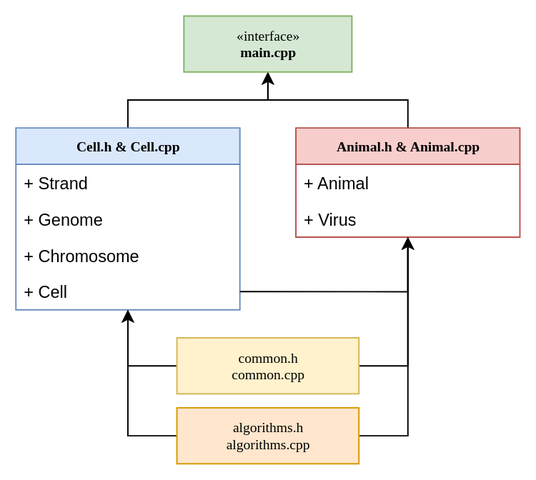
Above: schema/programs.drawio.svg in k-forghani/class-of-life (draw.io), before the change. Source tidied: cells renumbered, new cells last; positions are measured from the earlier drawing's top-left corner, leaving out a move shared by most shapes.
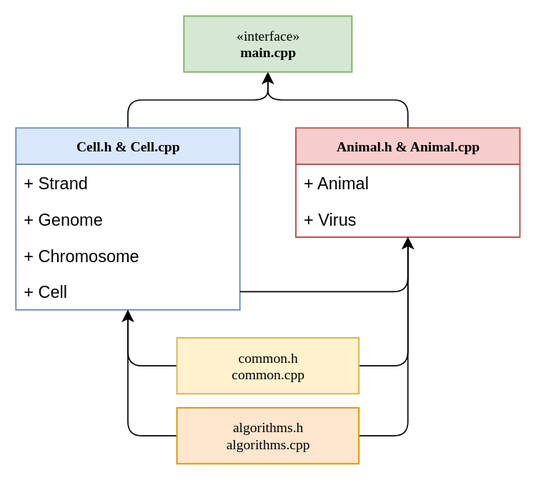
The same file after the commit.

Commit message:
Edited programs schema

Change to the diagram source:
```diff
@@ -2,10 +2,10 @@
   <root>
     <mxCell id="0" />
     <mxCell id="1" parent="0" />
-    <mxCell id="2" style="edgeStyle=orthogonalEdgeStyle;rounded=0;jettySize=auto;html=1;entryX=0.5;entryY=1;entryDx=0;entryDy=0;exitX=0.5;exitY=0;exitDx=0;exitDy=0;jumpStyle=none;" parent="1" edge="1" source="5" target="4">
+    <mxCell id="2" style="edgeStyle=orthogonalEdgeStyle;jettySize=auto;html=1;entryX=0.5;entryY=1;entryDx=0;entryDy=0;exitX=0.5;exitY=0;exitDx=0;exitDy=0;jumpStyle=none;strokeWidth=0.85;rounded=1;" parent="1" edge="1" source="5" target="4">
       <mxGeometry relative="1" as="geometry" />
     </mxCell>
-    <mxCell id="3" style="edgeStyle=orthogonalEdgeStyle;rounded=0;jettySize=auto;html=1;entryX=0.5;entryY=1;entryDx=0;entryDy=0;exitX=0.5;exitY=0;exitDx=0;exitDy=0;jumpStyle=none;" parent="1" edge="1" source="10" target="4">
+    <mxCell id="3" style="edgeStyle=orthogonalEdgeStyle;jettySize=auto;html=1;entryX=0.5;entryY=1;entryDx=0;entryDy=0;exitX=0.5;exitY=0;exitDx=0;exitDy=0;jumpStyle=none;strokeWidth=0.85;rounded=1;" parent="1" edge="1" source="10" target="4">
       <mxGeometry x="-0.29" relative="1" as="geometry" />
     </mxCell>
     <mxCell id="4" value="«interface»&lt;br&gt;&lt;b&gt;main.cpp&lt;/b&gt;" style="html=1;rounded=0;shadow=0;comic=0;labelBackgroundColor=none;strokeWidth=1;fontFamily=Verdana;fontSize=10;align=center;fillColor=#d5e8d4;strokeColor=#82b366;" parent="1" vertex="1">
@@ -35,22 +35,22 @@
     <mxCell id="12" value="+ Virus" style="text;html=1;strokeColor=none;fillColor=none;align=left;verticalAlign=top;spacingLeft=4;spacingRight=4;whiteSpace=wrap;overflow=hidden;" parent="10" vertex="1">
       <mxGeometry y="52" width="160" height="26" as="geometry" />
     </mxCell>
-    <mxCell id="13" style="edgeStyle=orthogonalEdgeStyle;rounded=0;jettySize=auto;html=1;entryX=0.5;entryY=1;entryDx=0;entryDy=0;exitX=0;exitY=0.5;exitDx=0;exitDy=0;jumpStyle=none;" parent="1" edge="1" source="15" target="5">
+    <mxCell id="13" style="edgeStyle=orthogonalEdgeStyle;jettySize=auto;html=1;entryX=0.5;entryY=1;entryDx=0;entryDy=0;exitX=0;exitY=0.5;exitDx=0;exitDy=0;jumpStyle=none;strokeWidth=0.85;rounded=1;" parent="1" edge="1" source="15" target="5">
       <mxGeometry x="0.53" relative="1" as="geometry" />
     </mxCell>
-    <mxCell id="14" style="edgeStyle=orthogonalEdgeStyle;rounded=0;jettySize=auto;html=1;entryX=0.5;entryY=1;entryDx=0;entryDy=0;exitX=1;exitY=0.5;exitDx=0;exitDy=0;jumpStyle=none;" parent="1" edge="1" source="15" target="10">
+    <mxCell id="14" style="edgeStyle=orthogonalEdgeStyle;jettySize=auto;html=1;entryX=0.5;entryY=1;entryDx=0;entryDy=0;exitX=1;exitY=0.5;exitDx=0;exitDy=0;jumpStyle=none;strokeWidth=0.85;rounded=1;" parent="1" edge="1" source="15" target="10">
       <mxGeometry relative="1" as="geometry" />
     </mxCell>
     <mxCell id="15" value="&lt;span style=&quot;font-weight: normal;&quot;&gt;common.h&lt;br&gt;common.cpp&lt;/span&gt;" style="html=1;rounded=0;shadow=0;comic=0;labelBackgroundColor=none;strokeWidth=1;fontFamily=Verdana;fontSize=10;align=center;fillColor=#fff2cc;strokeColor=#d6b656;fontStyle=1;" parent="1" vertex="1">
       <mxGeometry x="115" y="230" width="130" height="40" as="geometry" />
     </mxCell>
-    <mxCell id="16" style="edgeStyle=orthogonalEdgeStyle;rounded=0;jettySize=auto;html=1;exitX=1;exitY=0.5;exitDx=0;exitDy=0;entryX=0.5;entryY=1;entryDx=0;entryDy=0;jumpStyle=none;" parent="1" edge="1" source="9" target="10">
+    <mxCell id="16" style="edgeStyle=orthogonalEdgeStyle;jettySize=auto;html=1;exitX=1;exitY=0.5;exitDx=0;exitDy=0;entryX=0.5;entryY=1;entryDx=0;entryDy=0;jumpStyle=none;strokeWidth=0.85;rounded=1;" parent="1" edge="1" source="9" target="10">
       <mxGeometry relative="1" as="geometry" />
     </mxCell>
-    <mxCell id="17" style="edgeStyle=orthogonalEdgeStyle;rounded=0;jettySize=auto;html=1;entryX=0.5;entryY=1;entryDx=0;entryDy=0;exitX=0;exitY=0.5;exitDx=0;exitDy=0;jumpStyle=none;" parent="1" edge="1" source="19" target="5">
+    <mxCell id="17" style="edgeStyle=orthogonalEdgeStyle;jettySize=auto;html=1;entryX=0.5;entryY=1;entryDx=0;entryDy=0;exitX=0;exitY=0.5;exitDx=0;exitDy=0;jumpStyle=none;strokeWidth=0.85;rounded=1;" parent="1" edge="1" source="19" target="5">
       <mxGeometry relative="1" as="geometry" />
     </mxCell>
-    <mxCell id="18" style="edgeStyle=orthogonalEdgeStyle;rounded=0;jettySize=auto;html=1;entryX=0.5;entryY=1;entryDx=0;entryDy=0;exitX=1;exitY=0.5;exitDx=0;exitDy=0;jumpStyle=none;" parent="1" edge="1" source="19" target="10">
+    <mxCell id="18" style="edgeStyle=orthogonalEdgeStyle;jettySize=auto;html=1;entryX=0.5;entryY=1;entryDx=0;entryDy=0;exitX=1;exitY=0.5;exitDx=0;exitDy=0;jumpStyle=none;strokeWidth=0.85;rounded=1;" parent="1" edge="1" source="19" target="10">
       <mxGeometry relative="1" as="geometry" />
     </mxCell>
     <mxCell id="19" value="algorithms.h&lt;br&gt;&lt;span style=&quot;border-color: var(--border-color);&quot;&gt;algorithms&lt;/span&gt;.cpp" style="html=1;rounded=0;shadow=0;comic=0;labelBackgroundColor=none;strokeWidth=1;fontFamily=Verdana;fontSize=10;align=center;fillColor=#ffe6cc;strokeColor=#d79b00;" parent="1" vertex="1">
```
